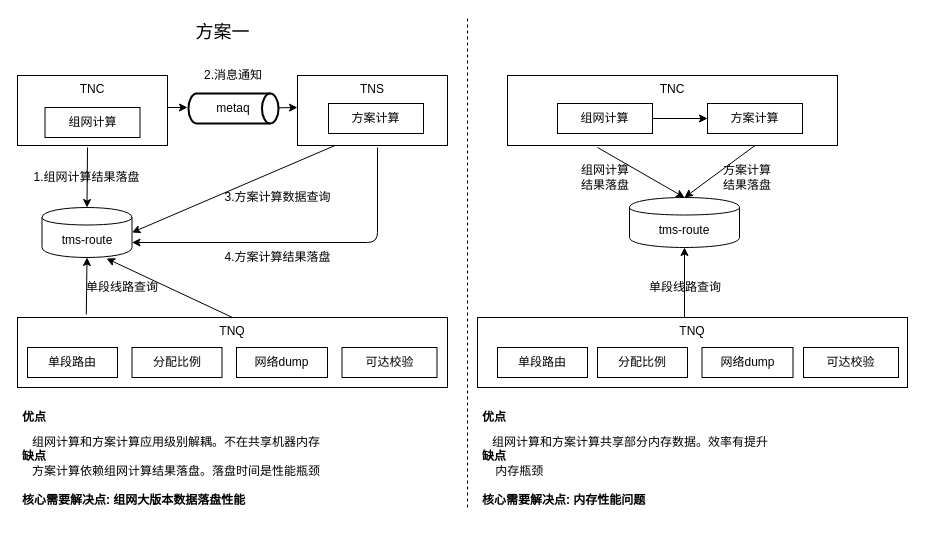
This is Untitled Diagram.drawio from shaonianwu/cainiao, a draw.io file, before an edit. Source tidied: cells renumbered, new cells numbered last; positions are measured from the earlier drawing's top-left corner, leaving out a move shared by most shapes. Both pictures are drawn from the tidied source at 100%, with x=0, y=0 at pixel (17, 17).
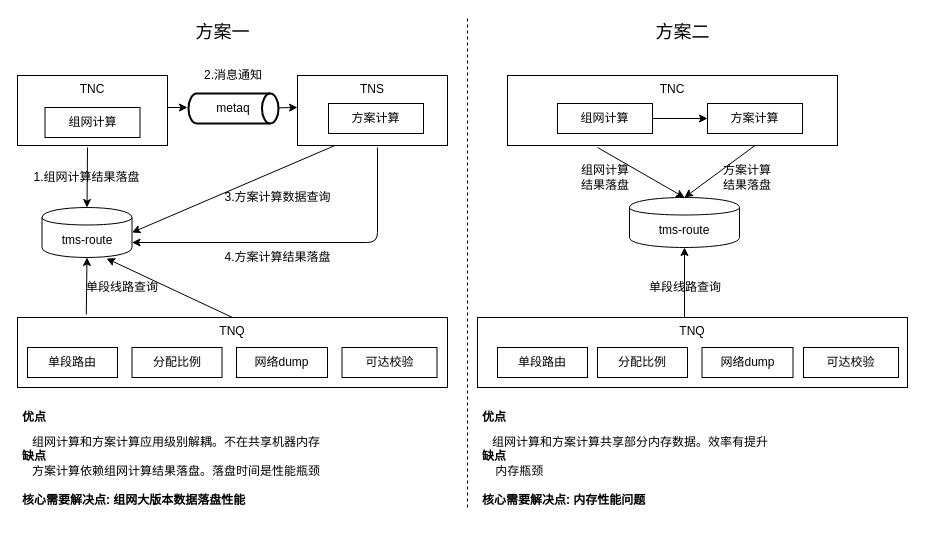
After the change.

Change to the diagram source:
```diff
@@
+    <mxCell id="45" value="&lt;font style=&quot;font-size: 18px&quot;&gt;方案二&lt;/font&gt;" style="text;html=1;strokeColor=none;fillColor=none;align=center;verticalAlign=middle;whiteSpace=wrap;rounded=0;" parent="1" vertex="1">
+      <mxGeometry x="631" width="69" height="30" as="geometry" />
+    </mxCell>
```
